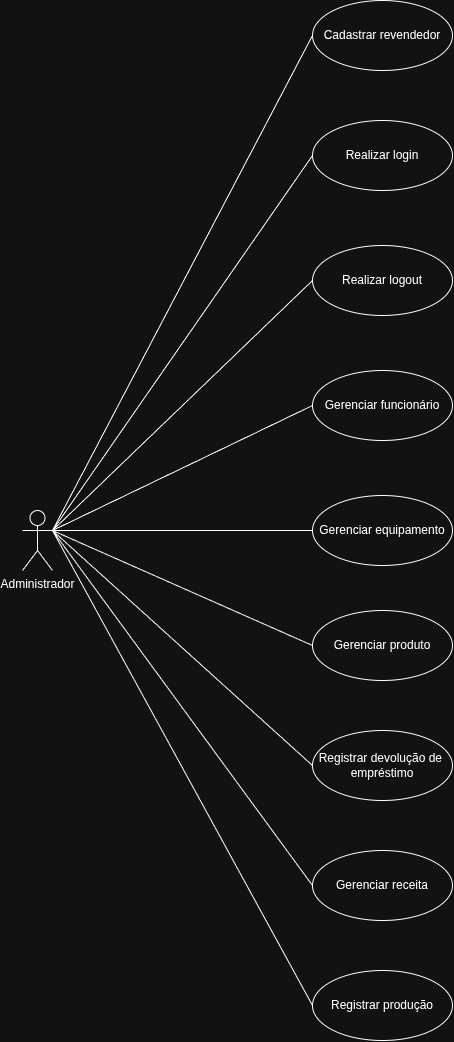
Before: docs/diagramas/casos-de-uso.png, a diagram exported from draw.io (kaue0000/autonium-api). Source tidied: cells renumbered, new cells last; positions are measured from the earlier drawing's top-left corner, leaving out a move shared by most shapes.
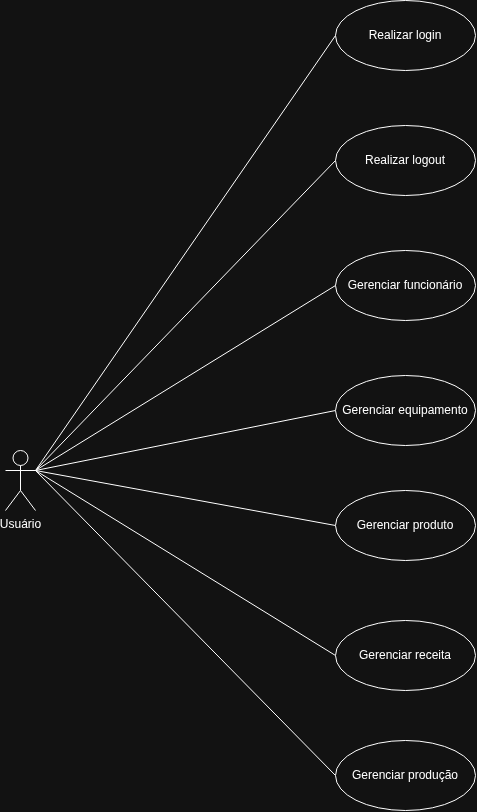
After the change.

Commit message:
docs: Simplifica balões do diagrama de casos de uso para escrita do documento auxiliar

Change to the diagram source:
```diff
@@ -2,12 +2,6 @@
   <root>
     <mxCell id="0" />
     <mxCell id="1" parent="0" />
-    <mxCell id="2" style="rounded=0;jettySize=auto;html=1;entryX=0;entryY=0.5;entryDx=0;entryDy=0;endArrow=none;endFill=0;exitX=1;exitY=0.3333333333333333;exitDx=0;exitDy=0;exitPerimeter=0;" parent="1" edge="1" source="12" target="3">
-      <mxGeometry relative="1" as="geometry" />
-    </mxCell>
-    <mxCell id="3" value="Cadastrar revendedor" style="ellipse;whiteSpace=wrap;html=1;" parent="1" vertex="1">
-      <mxGeometry x="290" width="140" height="70" as="geometry" />
-    </mxCell>
     <mxCell id="4" value="Realizar login" style="ellipse;whiteSpace=wrap;html=1;" parent="1" vertex="1">
       <mxGeometry x="290" y="120" width="140" height="70" as="geometry" />
     </mxCell>
@@ -23,17 +17,14 @@
     <mxCell id="8" style="rounded=0;jettySize=auto;html=1;exitX=1;exitY=0.3333333333333333;exitDx=0;exitDy=0;exitPerimeter=0;entryX=0;entryY=0.5;entryDx=0;entryDy=0;endArrow=none;endFill=0;" parent="1" edge="1" source="12" target="20">
       <mxGeometry relative="1" as="geometry" />
     </mxCell>
-    <mxCell id="9" style="rounded=0;jettySize=auto;html=1;exitX=1;exitY=0.3333333333333333;exitDx=0;exitDy=0;exitPerimeter=0;entryX=0;entryY=0.5;entryDx=0;entryDy=0;endArrow=none;endFill=0;" parent="1" edge="1" source="12" target="18">
-      <mxGeometry relative="1" as="geometry" />
-    </mxCell>
     <mxCell id="10" style="rounded=0;jettySize=auto;html=1;exitX=1;exitY=0.3333333333333333;exitDx=0;exitDy=0;exitPerimeter=0;entryX=0;entryY=0.5;entryDx=0;entryDy=0;defaultLabelBackgroundColor=page;endArrow=none;endFill=0;" parent="1" edge="1" source="12" target="6">
       <mxGeometry relative="1" as="geometry" />
     </mxCell>
     <mxCell id="11" style="rounded=0;jettySize=auto;html=1;exitX=1;exitY=0.3333333333333333;exitDx=0;exitDy=0;exitPerimeter=0;entryX=0;entryY=0.5;entryDx=0;entryDy=0;defaultLabelBackgroundColor=page;endArrow=none;endFill=0;" parent="1" edge="1" source="12" target="4">
       <mxGeometry relative="1" as="geometry" />
     </mxCell>
-    <mxCell id="12" value="Administrador" style="shape=umlActor;verticalLabelPosition=bottom;verticalAlign=top;html=1;outlineConnect=0;" parent="1" vertex="1">
-      <mxGeometry y="510" width="30" height="60" as="geometry" />
+    <mxCell id="12" value="Usuário" style="shape=umlActor;verticalLabelPosition=bottom;verticalAlign=top;html=1;outlineConnect=0;" parent="1" vertex="1">
+      <mxGeometry x="-40" y="570" width="30" height="60" as="geometry" />
     </mxCell>
     <mxCell id="13" style="rounded=0;jettySize=auto;html=1;exitX=1;exitY=0.3333333333333333;exitDx=0;exitDy=0;exitPerimeter=0;entryX=0;entryY=0.5;entryDx=0;entryDy=0;endArrow=none;endFill=0;" parent="1" edge="1" source="12" target="19">
       <mxGeometry relative="1" as="geometry" />
@@ -44,15 +35,12 @@
     <mxCell id="15" style="rounded=0;jettySize=auto;html=1;exitX=1;exitY=0.3333333333333333;exitDx=0;exitDy=0;exitPerimeter=0;entryX=0;entryY=0.5;entryDx=0;entryDy=0;endArrow=none;endFill=0;" parent="1" edge="1" source="12" target="16">
       <mxGeometry relative="1" as="geometry" />
     </mxCell>
-    <mxCell id="16" value="Registrar produção" style="ellipse;whiteSpace=wrap;html=1;" parent="1" vertex="1">
-      <mxGeometry x="290" y="970" width="140" height="70" as="geometry" />
+    <mxCell id="16" value="Gerenciar produção" style="ellipse;whiteSpace=wrap;html=1;" parent="1" vertex="1">
+      <mxGeometry x="290" y="860" width="140" height="70" as="geometry" />
     </mxCell>
     <mxCell id="17" value="Gerenciar receita" style="ellipse;whiteSpace=wrap;html=1;" parent="1" vertex="1">
-      <mxGeometry x="290" y="850" width="140" height="70" as="geometry" />
+      <mxGeometry x="290" y="740" width="140" height="70" as="geometry" />
     </mxCell>
-    <mxCell id="18" value="Registrar devolução de&amp;nbsp; empréstimo" style="ellipse;whiteSpace=wrap;html=1;" parent="1" vertex="1">
-      <mxGeometry x="290" y="730" width="140" height="70" as="geometry" />
-    </mxCell>
     <mxCell id="19" value="Gerenciar produto" style="ellipse;whiteSpace=wrap;html=1;" parent="1" vertex="1">
       <mxGeometry x="290" y="610" width="140" height="70" as="geometry" />
     </mxCell>
```
